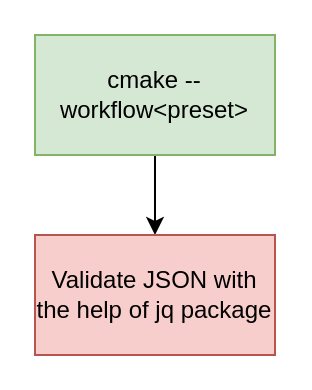
Before: CMake.drawio in codehard123/API, a draw.io diagram. Source tidied: cells renumbered, new cells numbered last; positions are measured from the earlier drawing's top-left corner, leaving out a move shared by most shapes. Both pictures are drawn from the tidied source at 200%, with x=0, y=0 at pixel (34, 34).
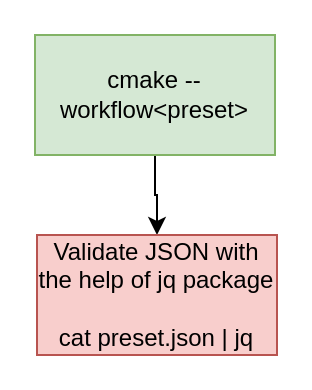
The same diagram, later.

What changed in the source:
```diff
@@
 <mxGraphModel>
   <root>
     <mxCell id="0" />
     <mxCell id="1" parent="0" />
     <mxCell id="2" style="edgeStyle=orthogonalEdgeStyle;rounded=0;jettySize=auto;html=1;" parent="1" edge="1" source="3" target="4">
       <mxGeometry relative="1" as="geometry" />
     </mxCell>
     <mxCell id="3" value="cmake --workflow&amp;lt;preset&amp;gt;" style="rounded=0;whiteSpace=wrap;html=1;fillColor=#d5e8d4;strokeColor=#82b366;" parent="1" vertex="1">
       <mxGeometry width="120" height="60" as="geometry" />
     </mxCell>
-    <mxCell id="4" value="Validate JSON with the help of jq package" style="whiteSpace=wrap;html=1;fillColor=#f8cecc;strokeColor=#b85450;rounded=0;" parent="1" vertex="1">
-      <mxGeometry y="100" width="120" height="60" as="geometry" />
+    <mxCell id="4" value="Validate JSON with the help of jq package&lt;div&gt;&lt;br&gt;&lt;/div&gt;&lt;div&gt;cat preset.json | jq&lt;/div&gt;" style="whiteSpace=wrap;html=1;fillColor=#f8cecc;strokeColor=#b85450;rounded=0;" parent="1" vertex="1">
+      <mxGeometry x="1" y="100" width="120" height="60" as="geometry" />
     </mxCell>
   </root>
 </mxGraphModel>
```
